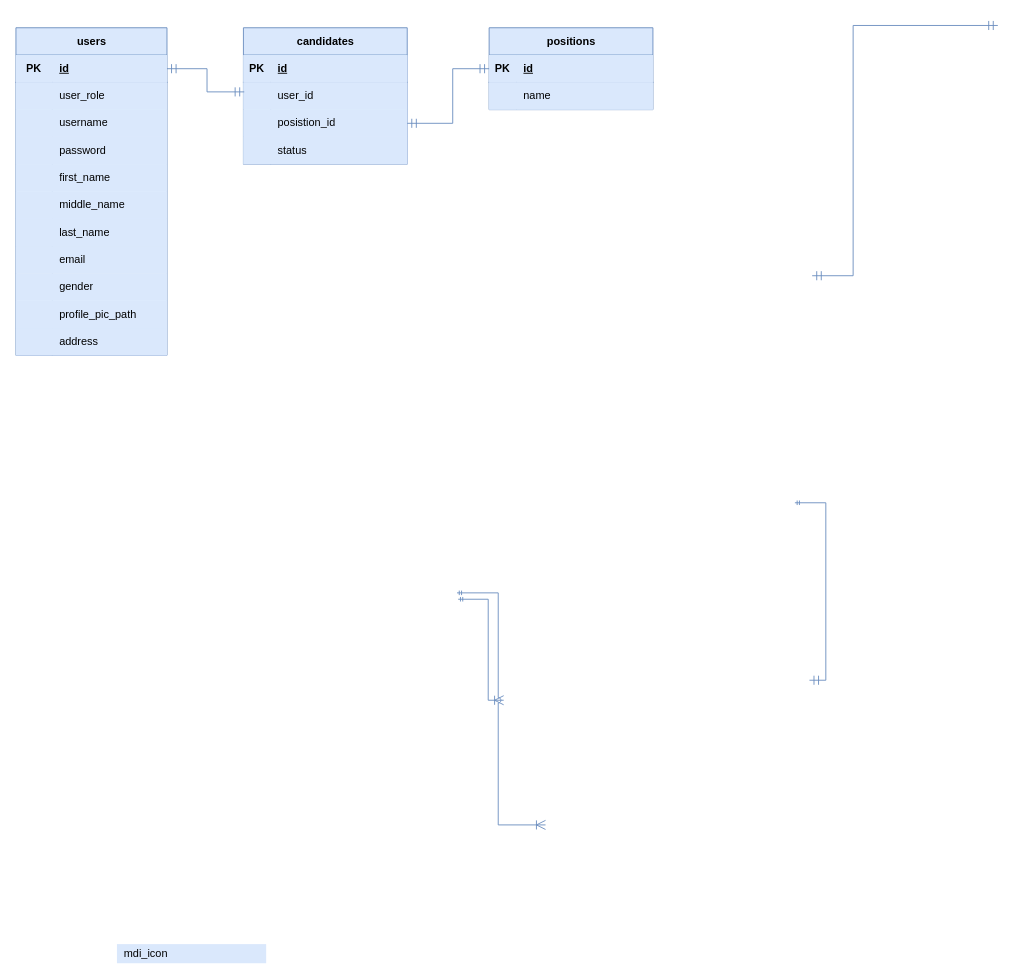
Before: Documentation/ERD/template.drawio in DanerisMendoza/voting-blockchain, a draw.io diagram. Source tidied: cells renumbered, new cells numbered last; positions are measured from the earlier drawing's top-left corner, leaving out a move shared by most shapes. Both pictures are drawn from the tidied source at 91%, with x=0, y=0 at pixel (15, 25).
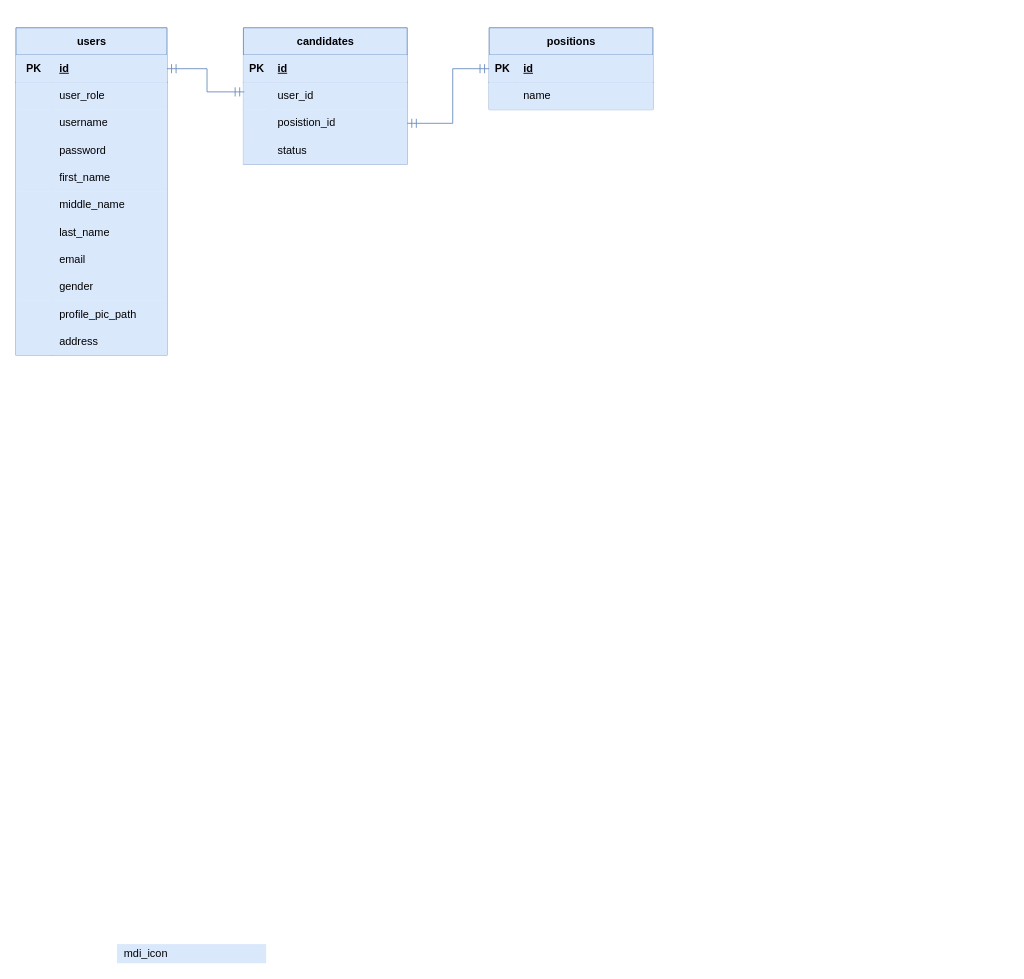
Above is the later version.

Diff of the diagram source:
```diff
@@
-    <mxCell id="51" style="fontSize=12;html=1;endArrow=ERoneToMany;startArrow=ERmandOne;rounded=0;startSize=3;endSize=8;entryX=0;entryY=0.5;entryDx=0;entryDy=0;endFill=0;edgeStyle=elbowEdgeStyle;jumpStyle=arc;exitX=1;exitY=0.5;exitDx=0;exitDy=0;fillColor=#dae8fc;strokeColor=#6c8ebf;shadow=0;swimlaneLine=1;" parent="1" edge="1">
-      <mxGeometry relative="1" as="geometry">
-        <mxPoint x="486" y="630" as="sourcePoint" />
-        <mxPoint x="536" y="741" as="targetPoint" />
-        <Array as="points">
-          <mxPoint x="519" y="655" />
-        </Array>
-      </mxGeometry>
-    </mxCell>
-    <mxCell id="52" style="fontSize=12;html=1;endArrow=ERmandOne;startArrow=ERmandOne;rounded=0;startSize=3;endSize=8;entryX=1;entryY=0.5;entryDx=0;entryDy=0;endFill=0;edgeStyle=elbowEdgeStyle;jumpStyle=arc;exitX=1.005;exitY=0.352;exitDx=0;exitDy=0;exitPerimeter=0;fillColor=#dae8fc;strokeColor=#6c8ebf;shadow=0;swimlaneLine=1;" parent="1" edge="1">
-      <mxGeometry relative="1" as="geometry">
-        <mxPoint x="856" y="524" as="sourcePoint" />
-        <mxPoint x="872" y="719" as="targetPoint" />
-        <Array as="points">
-          <mxPoint x="890" y="682" />
-        </Array>
-      </mxGeometry>
-    </mxCell>
@@
-    <mxCell id="54" style="fontSize=12;html=1;endArrow=ERoneToMany;startArrow=ERmandOne;rounded=0;startSize=3;endSize=8;entryX=0;entryY=0.5;entryDx=0;entryDy=0;endFill=0;edgeStyle=elbowEdgeStyle;jumpStyle=arc;exitX=0.993;exitY=0.265;exitDx=0;exitDy=0;fillColor=#dae8fc;strokeColor=#6c8ebf;shadow=0;swimlaneLine=1;exitPerimeter=0;" parent="1" edge="1">
-      <mxGeometry relative="1" as="geometry">
-        <mxPoint x="484.7" y="623" as="sourcePoint" />
-        <mxPoint x="582" y="878" as="targetPoint" />
-        <Array as="points">
-          <mxPoint x="530" y="602" />
-        </Array>
-      </mxGeometry>
-    </mxCell>
-    <mxCell id="55" style="fontSize=12;html=1;endArrow=ERmandOne;startArrow=ERmandOne;rounded=0;startSize=8;endSize=8;exitX=1;exitY=0.5;exitDx=0;exitDy=0;entryX=1;entryY=0.5;entryDx=0;entryDy=0;endFill=0;edgeStyle=elbowEdgeStyle;jumpStyle=arc;fillColor=#dae8fc;strokeColor=#6c8ebf;shadow=0;swimlaneLine=1;" parent="1" edge="1">
-      <mxGeometry relative="1" as="geometry">
-        <mxPoint x="875" y="274.5" as="sourcePoint" />
-        <mxPoint x="1079" y="-0.5" as="targetPoint" />
-        <Array as="points">
-          <mxPoint x="920" y="142" />
-        </Array>
-      </mxGeometry>
-    </mxCell>
```
